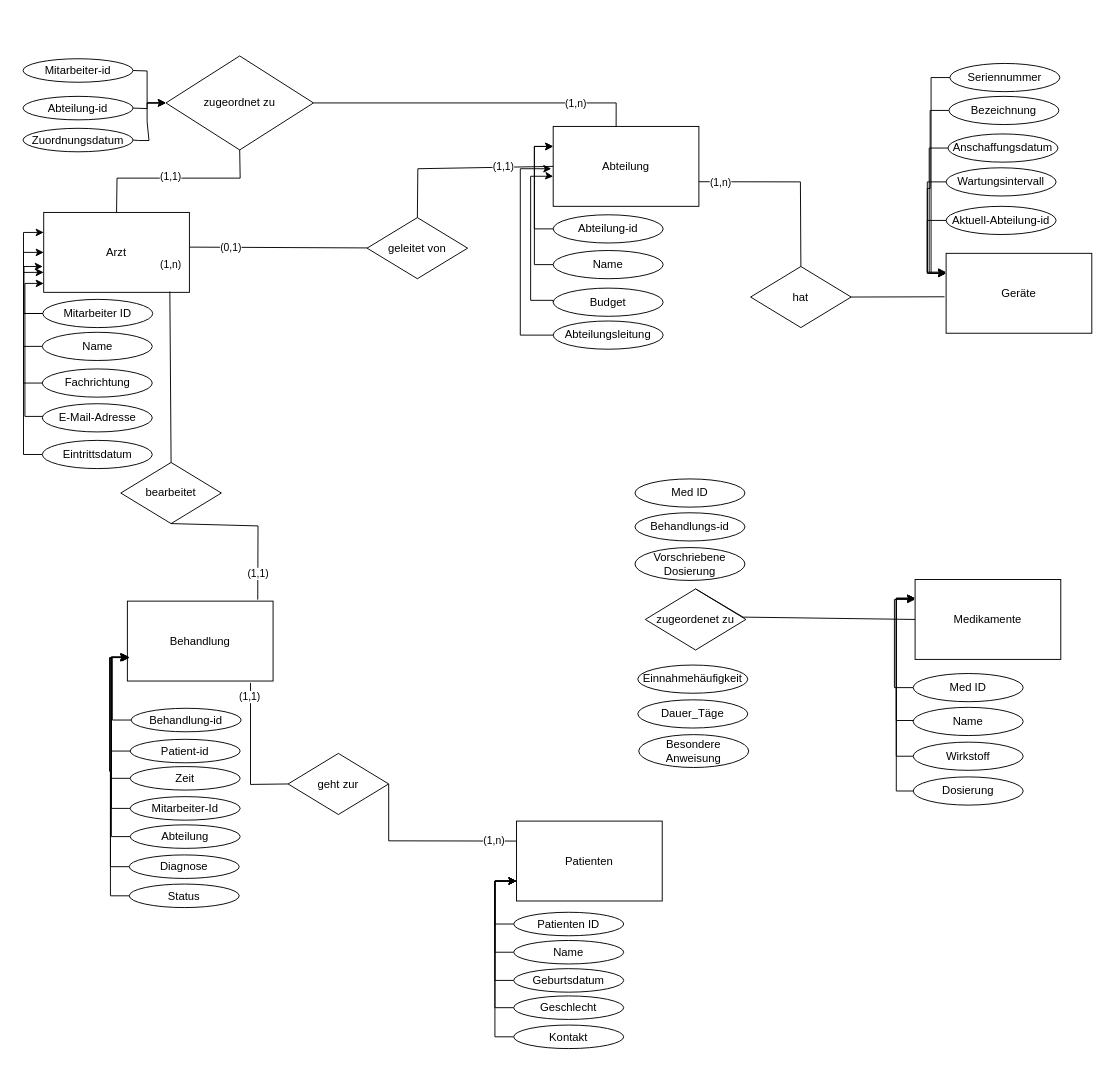
This is aufgabe04/Aufgabe A.drawio from contraintuitiv/datenbanksysteme, a draw.io file, before an edit. Source tidied: cells renumbered, new cells numbered last; positions are measured from the earlier drawing's top-left corner, leaving out a move shared by most shapes. Both pictures are drawn from the tidied source at 94%, with x=0, y=0 at pixel (23, 55).
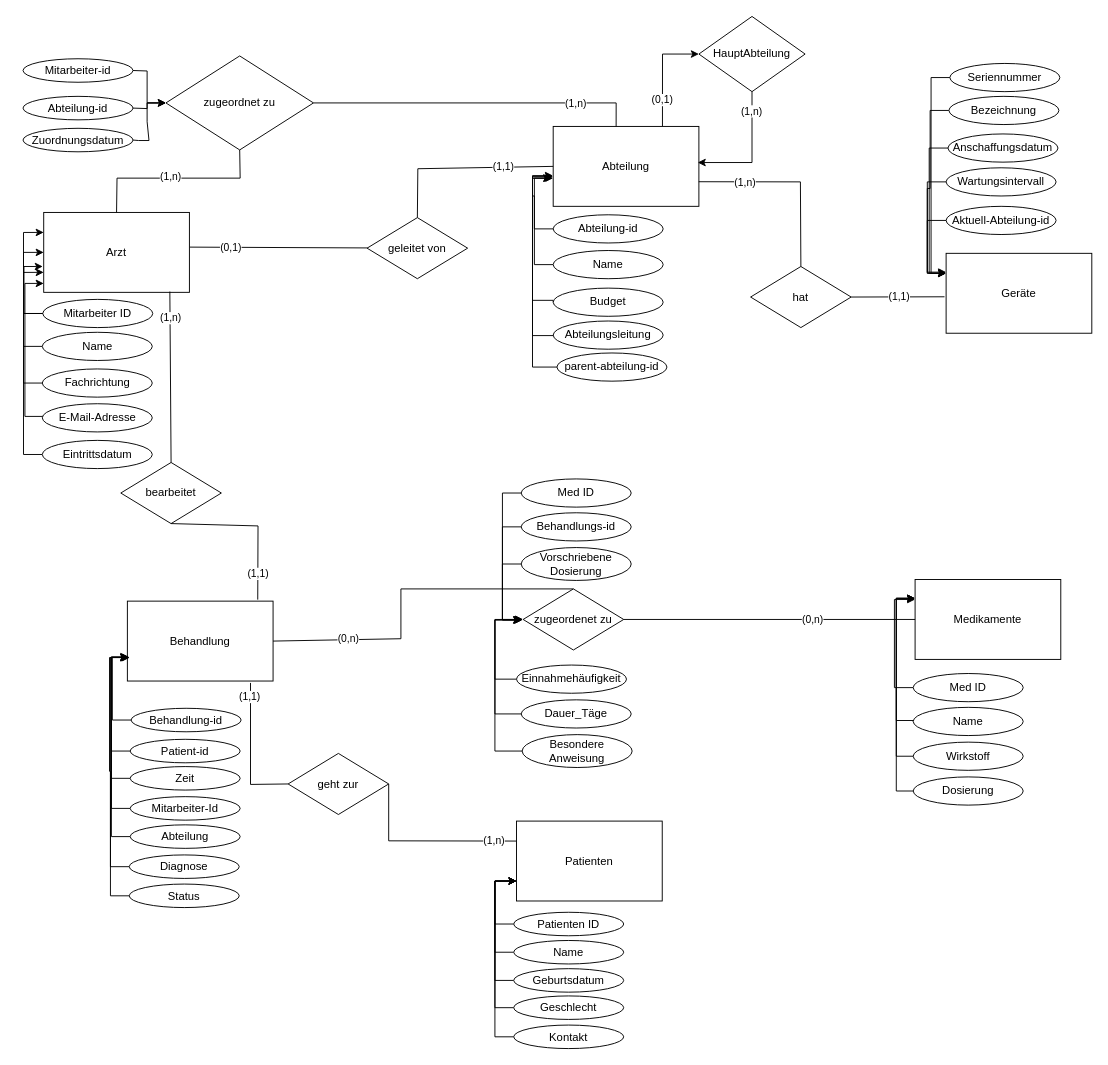
The same page after the edit.

Unchanged cells that the change refers to:
```xml
<mxCell id="23" value="Behandlung" style="rounded=0;whiteSpace=wrap;html=1;" parent="1" vertex="1">
  <mxGeometry x="111" y="580" width="155" height="85" as="geometry" />
</mxCell>
<mxCell id="30" value="Abteilung" style="rounded=0;whiteSpace=wrap;html=1;" parent="1" vertex="1">
  <mxGeometry x="564" y="75" width="155" height="85" as="geometry" />
</mxCell>
<mxCell id="32" value="Abteilung-id" style="ellipse;whiteSpace=wrap;html=1;" parent="1" vertex="1">
  <mxGeometry x="564" y="169" width="117" height="30" as="geometry" />
</mxCell>
<mxCell id="34" value="Name" style="ellipse;whiteSpace=wrap;html=1;" parent="1" vertex="1">
  <mxGeometry x="564" y="207" width="117" height="30" as="geometry" />
</mxCell>
<mxCell id="36" value="Abteilungsleitung" style="ellipse;whiteSpace=wrap;html=1;" parent="1" vertex="1">
  <mxGeometry x="564" y="282" width="117" height="30" as="geometry" />
</mxCell>
<mxCell id="38" value="Budget" style="ellipse;whiteSpace=wrap;html=1;" parent="1" vertex="1">
  <mxGeometry x="564" y="247" width="117" height="30" as="geometry" />
</mxCell>
<mxCell id="40" value="Medikamente" style="rounded=0;whiteSpace=wrap;html=1;" parent="1" vertex="1">
  <mxGeometry x="949" y="557" width="155" height="85" as="geometry" />
</mxCell>
<mxCell id="70" style="endArrow=none;html=1;rounded=0;exitX=0.5;exitY=0;exitDx=0;exitDy=0;entryX=0.5;entryY=1;entryDx=0;entryDy=0;" parent="1" edge="1" source="2" target="69">
  <mxGeometry relative="1" as="geometry">
    <Array as="points">
      <mxPoint x="100" y="130" />
      <mxPoint x="231" y="130" />
    </Array>
  </mxGeometry>
</mxCell>
<mxCell id="91" style="endArrow=none;html=1;rounded=0;exitX=0.5;exitY=0;exitDx=0;exitDy=0;entryX=0.999;entryY=0.692;entryDx=0;entryDy=0;entryPerimeter=0;" parent="1" edge="1" source="90" target="30">
  <mxGeometry relative="1" as="geometry">
    <Array as="points">
      <mxPoint x="827" y="134" />
    </Array>
  </mxGeometry>
</mxCell>
<mxCell id="103" style="endArrow=none;html=1;rounded=0;exitX=1;exitY=0.5;exitDx=0;exitDy=0;entryX=-0.011;entryY=0.544;entryDx=0;entryDy=0;entryPerimeter=0;" parent="1" edge="1" source="90" target="39">
  <mxGeometry relative="1" as="geometry" />
</mxCell>
<mxCell id="104" style="endArrow=none;html=1;rounded=0;exitX=0.5;exitY=0;exitDx=0;exitDy=0;entryX=0.866;entryY=0.991;entryDx=0;entryDy=0;entryPerimeter=0;" parent="1" edge="1" source="74">
  <mxGeometry relative="1" as="geometry">
    <mxPoint x="156.2" y="250.7" as="targetPoint" />
  </mxGeometry>
</mxCell>
```

What changed in the source:
```diff
@@
+    <mxCell id="106" style="edgeStyle=orthogonalEdgeStyle;rounded=0;jettySize=auto;html=1;exitX=0.75;exitY=0;exitDx=0;exitDy=0;entryX=0;entryY=0.5;entryDx=0;entryDy=0;" parent="1" edge="1" source="30" target="118">
+      <mxGeometry relative="1" as="geometry" />
+    </mxCell>
+    <mxCell id="107" value="(0,1)" style="edgeLabel;html=1;align=center;verticalAlign=middle;" parent="106" vertex="1">
+      <mxGeometry x="-0.83" relative="1" as="geometry">
+        <mxPoint x="-1" y="-19" as="offset" />
+      </mxGeometry>
+    </mxCell>
@@
-    <mxCell id="31" style="edgeStyle=orthogonalEdgeStyle;rounded=0;jettySize=auto;html=1;exitX=0;exitY=0.5;exitDx=0;exitDy=0;entryX=0;entryY=0.25;entryDx=0;entryDy=0;" parent="1" edge="1" source="32" target="30">
-      <mxGeometry relative="1" as="geometry" />
+    <mxCell id="31" style="edgeStyle=orthogonalEdgeStyle;rounded=0;jettySize=auto;html=1;exitX=0;exitY=0.5;exitDx=0;exitDy=0;" parent="1" edge="1" source="32">
+      <mxGeometry relative="1" as="geometry">
+        <mxPoint x="562" y="130" as="targetPoint" />
+        <Array as="points">
+          <mxPoint x="544" y="184" />
+          <mxPoint x="544" y="149" />
+          <mxPoint x="542" y="149" />
+          <mxPoint x="542" y="130" />
+        </Array>
+      </mxGeometry>
     </mxCell>
@@
-    <mxCell id="33" style="edgeStyle=orthogonalEdgeStyle;rounded=0;jettySize=auto;html=1;exitX=0;exitY=0.5;exitDx=0;exitDy=0;entryX=0;entryY=0.25;entryDx=0;entryDy=0;" parent="1" edge="1" source="34" target="30">
-      <mxGeometry relative="1" as="geometry" />
+    <mxCell id="33" style="edgeStyle=orthogonalEdgeStyle;rounded=0;jettySize=auto;html=1;exitX=0;exitY=0.5;exitDx=0;exitDy=0;" parent="1" edge="1" source="34">
+      <mxGeometry relative="1" as="geometry">
+        <mxPoint x="564" y="130" as="targetPoint" />
+        <Array as="points">
+          <mxPoint x="544" y="222" />
+          <mxPoint x="544" y="130" />
+          <mxPoint x="564" y="130" />
+        </Array>
+      </mxGeometry>
     </mxCell>
@@
-    <mxCell id="35" style="edgeStyle=orthogonalEdgeStyle;rounded=0;jettySize=auto;html=1;exitX=0;exitY=0.5;exitDx=0;exitDy=0;" parent="1" edge="1" source="36">
+    <mxCell id="35" style="edgeStyle=orthogonalEdgeStyle;rounded=0;orthogonalLoop=1;jettySize=auto;html=1;exitX=0;exitY=0.5;exitDx=0;exitDy=0;" parent="1" edge="1">
       <mxGeometry relative="1" as="geometry">
-        <mxPoint x="562" y="120" as="targetPoint" />
+        <mxPoint x="577.1" y="297.5" as="sourcePoint" />
+        <mxPoint x="562" y="130" as="targetPoint" />
         <Array as="points">
-          <mxPoint x="529" y="297" />
-          <mxPoint x="529" y="120" />
+          <mxPoint x="542" y="298" />
+          <mxPoint x="542" y="130" />
         </Array>
       </mxGeometry>
     </mxCell>
@@
     <mxCell id="37" style="edgeStyle=orthogonalEdgeStyle;rounded=0;jettySize=auto;html=1;exitX=0;exitY=0.5;exitDx=0;exitDy=0;entryX=0;entryY=0.626;entryDx=0;entryDy=0;entryPerimeter=0;" parent="1" edge="1" source="38" target="30">
       <mxGeometry relative="1" as="geometry">
         <Array as="points">
           <mxPoint x="564" y="260" />
-          <mxPoint x="540" y="260" />
-          <mxPoint x="540" y="128" />
-          <mxPoint x="562" y="128" />
+          <mxPoint x="542" y="260" />
+          <mxPoint x="542" y="128" />
         </Array>
       </mxGeometry>
     </mxCell>
@@
-    <mxCell id="71" value="(1,1)" style="edgeLabel;html=1;align=center;verticalAlign=middle;" parent="70" vertex="1">
+    <mxCell id="71" value="(1,n)" style="edgeLabel;html=1;align=center;verticalAlign=middle;" parent="70" vertex="1">
       <mxGeometry x="-0.06" y="2" relative="1" as="geometry" />
     </mxCell>
@@
+    <mxCell id="108" style="edgeStyle=orthogonalEdgeStyle;rounded=0;jettySize=auto;html=1;exitX=0;exitY=0.5;exitDx=0;exitDy=0;" parent="1" edge="1" source="77">
+      <mxGeometry relative="1" as="geometry">
+        <mxPoint x="529.9" y="600" as="targetPoint" />
+        <Array as="points">
+          <mxPoint x="510" y="465" />
+          <mxPoint x="510" y="600" />
+        </Array>
+      </mxGeometry>
+    </mxCell>
     <mxCell id="77" value="Med ID" style="ellipse;whiteSpace=wrap;html=1;" parent="1" vertex="1">
-      <mxGeometry x="651" y="450" width="117" height="30" as="geometry" />
+      <mxGeometry x="530" y="450" width="117" height="30" as="geometry" />
     </mxCell>
+    <mxCell id="109" style="edgeStyle=orthogonalEdgeStyle;rounded=0;jettySize=auto;html=1;exitX=0;exitY=0.5;exitDx=0;exitDy=0;" parent="1" edge="1" source="78">
+      <mxGeometry relative="1" as="geometry">
+        <mxPoint x="530" y="600" as="targetPoint" />
+        <Array as="points">
+          <mxPoint x="510" y="501" />
+          <mxPoint x="510" y="600" />
+        </Array>
+      </mxGeometry>
+    </mxCell>
     <mxCell id="78" value="Behandlungs-id" style="ellipse;whiteSpace=wrap;html=1;" parent="1" vertex="1">
-      <mxGeometry x="651" y="486" width="117" height="30" as="geometry" />
+      <mxGeometry x="530" y="486" width="117" height="30" as="geometry" />
     </mxCell>
+    <mxCell id="110" style="edgeStyle=orthogonalEdgeStyle;rounded=0;jettySize=auto;html=1;exitX=0;exitY=0.5;exitDx=0;exitDy=0;entryX=0;entryY=0.5;entryDx=0;entryDy=0;" parent="1" edge="1" source="79" target="83">
+      <mxGeometry relative="1" as="geometry">
+        <Array as="points">
+          <mxPoint x="510" y="541" />
+          <mxPoint x="510" y="599" />
+        </Array>
+      </mxGeometry>
+    </mxCell>
     <mxCell id="79" value="Vorschriebene Dosierung" style="ellipse;whiteSpace=wrap;html=1;" parent="1" vertex="1">
-      <mxGeometry x="651" y="523" width="117" height="35" as="geometry" />
+      <mxGeometry x="530" y="523" width="117" height="35" as="geometry" />
     </mxCell>
+    <mxCell id="111" style="edgeStyle=orthogonalEdgeStyle;rounded=0;jettySize=auto;html=1;exitX=0;exitY=0.5;exitDx=0;exitDy=0;entryX=0;entryY=0.5;entryDx=0;entryDy=0;" parent="1" edge="1" source="80" target="83">
+      <mxGeometry relative="1" as="geometry">
+        <Array as="points">
+          <mxPoint x="502" y="663" />
+          <mxPoint x="502" y="600" />
+        </Array>
+      </mxGeometry>
+    </mxCell>
     <mxCell id="80" value="Einnahmehäufigkeit" style="ellipse;whiteSpace=wrap;html=1;" parent="1" vertex="1">
-      <mxGeometry x="654" y="648" width="117" height="30" as="geometry" />
+      <mxGeometry x="525" y="648" width="117" height="30" as="geometry" />
     </mxCell>
+    <mxCell id="112" style="edgeStyle=orthogonalEdgeStyle;rounded=0;orthogonalLoop=1;jettySize=auto;html=1;exitX=0;exitY=0.5;exitDx=0;exitDy=0;" parent="1" edge="1">
+      <mxGeometry relative="1" as="geometry">
+        <mxPoint x="531" y="700" as="sourcePoint" />
+        <mxPoint x="530.9" y="600" as="targetPoint" />
+        <Array as="points">
+          <mxPoint x="502" y="700" />
+          <mxPoint x="502" y="600" />
+        </Array>
+      </mxGeometry>
+    </mxCell>
     <mxCell id="81" value="Dauer_Täge" style="ellipse;whiteSpace=wrap;html=1;" parent="1" vertex="1">
-      <mxGeometry x="654" y="685" width="117" height="30" as="geometry" />
+      <mxGeometry x="530" y="685" width="117" height="30" as="geometry" />
     </mxCell>
+    <mxCell id="113" style="edgeStyle=orthogonalEdgeStyle;rounded=0;jettySize=auto;html=1;exitX=0;exitY=0.5;exitDx=0;exitDy=0;" parent="1" edge="1" source="82">
+      <mxGeometry relative="1" as="geometry">
+        <mxPoint x="530.9" y="600" as="targetPoint" />
+        <Array as="points">
+          <mxPoint x="502" y="739" />
+          <mxPoint x="502" y="600" />
+        </Array>
+      </mxGeometry>
+    </mxCell>
     <mxCell id="82" value="Besondere Anweisung" style="ellipse;whiteSpace=wrap;html=1;" parent="1" vertex="1">
-      <mxGeometry x="655" y="722" width="117" height="35" as="geometry" />
+      <mxGeometry x="531" y="722" width="117" height="35" as="geometry" />
     </mxCell>
     <mxCell id="83" value="zugeordenet zu" style="rhombus;whiteSpace=wrap;html=1;" parent="1" vertex="1">
-      <mxGeometry x="662" y="567" width="107" height="65" as="geometry" />
+      <mxGeometry x="532" y="567" width="107" height="65" as="geometry" />
     </mxCell>
-    <mxCell id="84" style="endArrow=none;html=1;rounded=0;entryX=0;entryY=0.5;entryDx=0;entryDy=0;exitX=0.5;exitY=0;exitDx=0;exitDy=0;" parent="1" edge="1" source="83" target="40">
-      <mxGeometry relative="1" as="geometry">
-        <Array as="points">
-          <mxPoint x="766" y="597" />
-        </Array>
-      </mxGeometry>
+    <mxCell id="84" style="endArrow=none;html=1;rounded=0;entryX=0;entryY=0.5;entryDx=0;entryDy=0;exitX=1;exitY=0.5;exitDx=0;exitDy=0;" parent="1" edge="1" source="83" target="40">
+      <mxGeometry relative="1" as="geometry" />
     </mxCell>
+    <mxCell id="114" value="(0,n)" style="edgeLabel;html=1;align=center;verticalAlign=middle;" parent="84" vertex="1">
+      <mxGeometry x="0.29" y="-2" relative="1" as="geometry">
+        <mxPoint y="-2" as="offset" />
+      </mxGeometry>
+    </mxCell>
@@
     <mxCell id="92" value="(1,n)" style="edgeLabel;html=1;align=center;verticalAlign=middle;" parent="91" vertex="1">
-      <mxGeometry x="0.77" y="1" relative="1" as="geometry" />
+      <mxGeometry x="0.77" y="1" relative="1" as="geometry">
+        <mxPoint x="26" as="offset" />
+      </mxGeometry>
     </mxCell>
@@
+    <mxCell id="115" value="(1,1)" style="edgeLabel;html=1;align=center;verticalAlign=middle;" parent="103" vertex="1">
+      <mxGeometry x="0.73" y="2" relative="1" as="geometry">
+        <mxPoint x="-35" y="1" as="offset" />
+      </mxGeometry>
+    </mxCell>
@@
     <mxCell id="105" value="(1,n)" style="edgeLabel;html=1;align=center;verticalAlign=middle;" parent="104" vertex="1">
       <mxGeometry x="-0.54" y="-1" relative="1" as="geometry">
-        <mxPoint x="-2" y="-169" as="offset" />
+        <mxPoint x="-2" y="-112" as="offset" />
       </mxGeometry>
     </mxCell>
+    <mxCell id="116" value="parent-abteilung-id" style="ellipse;whiteSpace=wrap;html=1;" parent="1" vertex="1">
+      <mxGeometry x="568" y="316" width="117" height="30" as="geometry" />
+    </mxCell>
+    <mxCell id="117" style="edgeStyle=orthogonalEdgeStyle;rounded=0;jettySize=auto;html=1;exitX=0;exitY=0.5;exitDx=0;exitDy=0;entryX=-0.002;entryY=0.615;entryDx=0;entryDy=0;entryPerimeter=0;" parent="1" edge="1" source="116" target="30">
+      <mxGeometry relative="1" as="geometry">
+        <Array as="points">
+          <mxPoint x="542" y="331" />
+          <mxPoint x="542" y="127" />
+        </Array>
+      </mxGeometry>
+    </mxCell>
+    <mxCell id="118" value="HauptAbteilung" style="rhombus;whiteSpace=wrap;html=1;" parent="1" vertex="1">
+      <mxGeometry x="719" y="-42" width="113" height="80" as="geometry" />
+    </mxCell>
+    <mxCell id="119" style="edgeStyle=orthogonalEdgeStyle;rounded=0;jettySize=auto;html=1;entryX=0.992;entryY=0.452;entryDx=0;entryDy=0;entryPerimeter=0;exitX=0.5;exitY=1;exitDx=0;exitDy=0;" parent="1" edge="1" source="118" target="30">
+      <mxGeometry relative="1" as="geometry">
+        <Array as="points">
+          <mxPoint x="776" y="113" />
+        </Array>
+      </mxGeometry>
+    </mxCell>
+    <mxCell id="120" value="(1,n)" style="edgeLabel;html=1;align=center;verticalAlign=middle;" parent="119" vertex="1">
+      <mxGeometry x="-0.7" y="-1" relative="1" as="geometry" />
+    </mxCell>
+    <mxCell id="121" style="endArrow=none;html=1;rounded=0;exitX=1;exitY=0.5;exitDx=0;exitDy=0;entryX=0.5;entryY=0;entryDx=0;entryDy=0;" parent="1" edge="1" source="23" target="83">
+      <mxGeometry relative="1" as="geometry">
+        <Array as="points">
+          <mxPoint x="402" y="620" />
+          <mxPoint x="402" y="567" />
+        </Array>
+      </mxGeometry>
+    </mxCell>
+    <mxCell id="122" value="(0,n)" style="edgeLabel;html=1;align=center;verticalAlign=middle;" parent="121" vertex="1">
+      <mxGeometry x="-0.33" y="-1" relative="1" as="geometry">
+        <mxPoint x="-45" y="-2" as="offset" />
+      </mxGeometry>
+    </mxCell>
```
